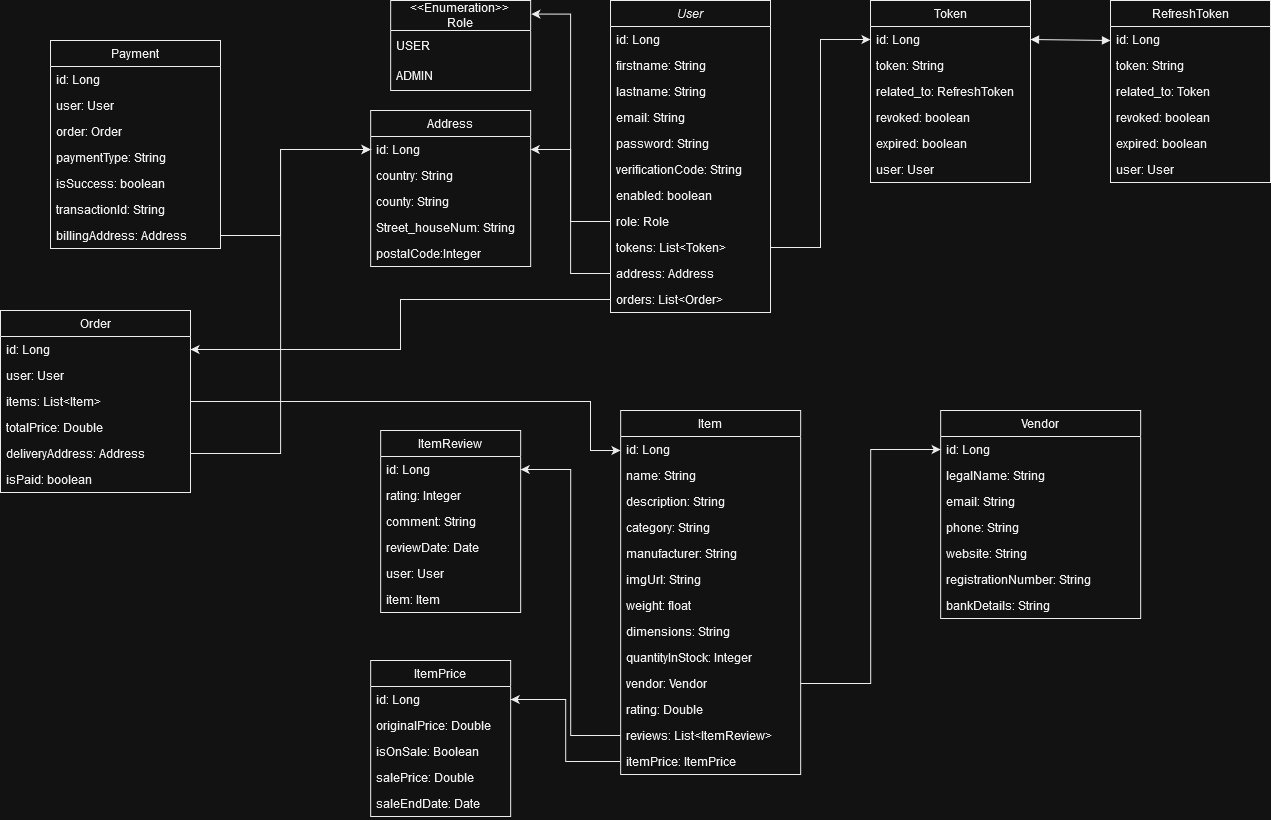
The draw.io diagram domain_model.png in realVilmos/Webshop, before a commit. Source tidied: cells renumbered, new cells last; positions are measured from the earlier drawing's top-left corner, leaving out a move shared by most shapes.
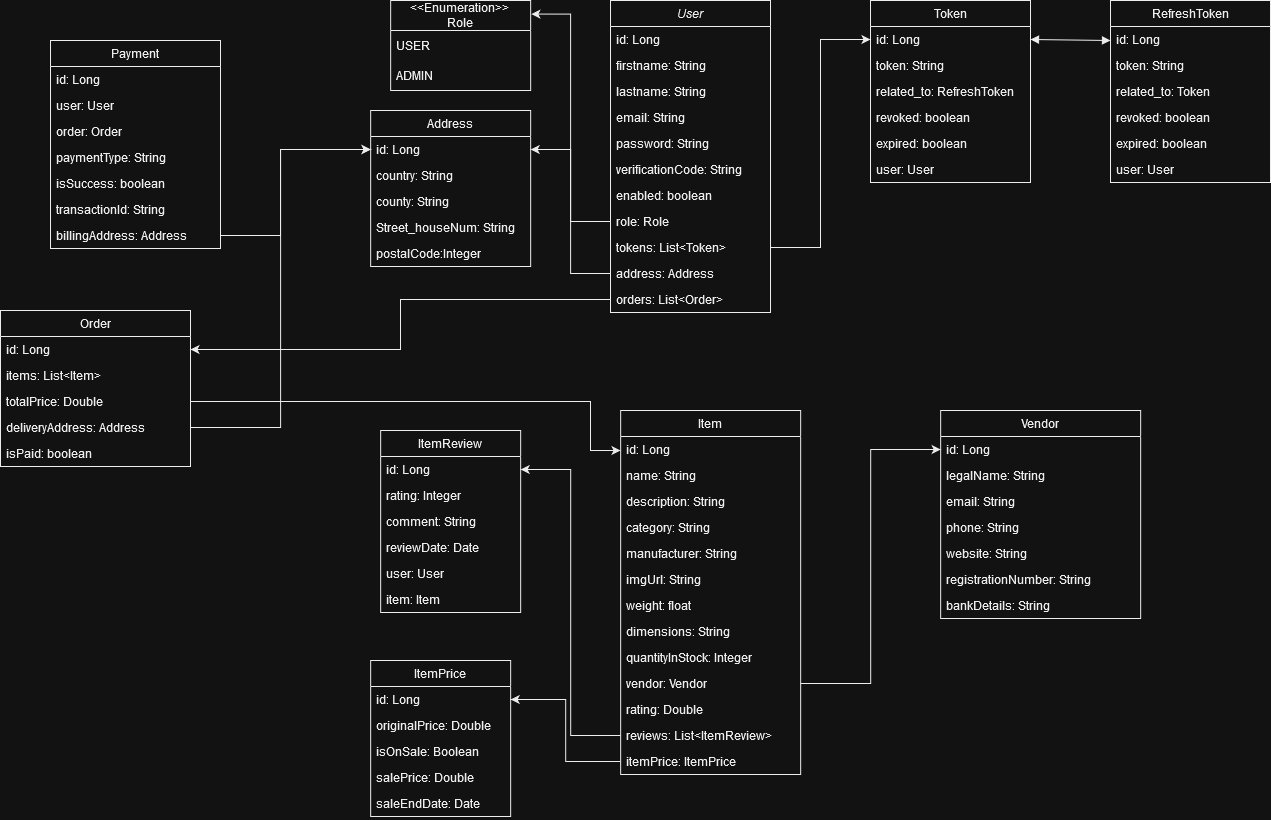
Above is the later version.

What changed in the source:
```diff
@@ -236,25 +236,22 @@
       <mxGeometry relative="1" as="geometry" />
     </mxCell>
     <mxCell id="79" value="Order" style="swimlane;fontStyle=0;horizontal=1;startSize=26;fillColor=none;whiteSpace=wrap;html=1;" parent="1" vertex="1">
-      <mxGeometry y="310" width="190" height="182" as="geometry" />
+      <mxGeometry y="310" width="190" height="156" as="geometry" />
     </mxCell>
     <mxCell id="80" value="id: Long" style="text;strokeColor=none;fillColor=none;align=left;verticalAlign=top;spacingLeft=4;spacingRight=4;overflow=hidden;points=[[0,0.5],[1,0.5]];portConstraint=eastwest;whiteSpace=wrap;html=1;" parent="79" vertex="1">
       <mxGeometry y="26" width="190" height="26" as="geometry" />
     </mxCell>
-    <mxCell id="81" value="user: User" style="text;strokeColor=none;fillColor=none;align=left;verticalAlign=top;spacingLeft=4;spacingRight=4;overflow=hidden;whiteSpace=wrap;html=1;" parent="79" vertex="1">
-      <mxGeometry y="52" width="190" height="26" as="geometry" />
-    </mxCell>
     <mxCell id="82" value="items: List&amp;lt;Item&amp;gt;" style="text;strokeColor=none;fillColor=none;align=left;verticalAlign=top;spacingLeft=4;spacingRight=4;overflow=hidden;points=[[0,0.5],[1,0.5]];portConstraint=eastwest;whiteSpace=wrap;html=1;" parent="79" vertex="1">
-      <mxGeometry y="78" width="190" height="26" as="geometry" />
+      <mxGeometry y="52" width="190" height="26" as="geometry" />
     </mxCell>
     <mxCell id="83" value="totalPrice: Double" style="text;strokeColor=none;fillColor=none;align=left;verticalAlign=top;spacingLeft=4;spacingRight=4;overflow=hidden;whiteSpace=wrap;html=1;" parent="79" vertex="1">
-      <mxGeometry y="104" width="190" height="26" as="geometry" />
+      <mxGeometry y="78" width="190" height="26" as="geometry" />
     </mxCell>
     <mxCell id="84" value="deliveryAddress: Address" style="text;strokeColor=none;fillColor=none;align=left;verticalAlign=top;spacingLeft=4;spacingRight=4;overflow=hidden;points=[[0,0.5],[1,0.5]];portConstraint=eastwest;whiteSpace=wrap;html=1;" parent="79" vertex="1">
-      <mxGeometry y="130" width="190" height="26" as="geometry" />
+      <mxGeometry y="104" width="190" height="26" as="geometry" />
     </mxCell>
     <mxCell id="85" value="isPaid: boolean" style="text;strokeColor=none;fillColor=none;align=left;verticalAlign=top;spacingLeft=4;spacingRight=4;overflow=hidden;whiteSpace=wrap;html=1;" parent="79" vertex="1">
-      <mxGeometry y="156" width="190" height="26" as="geometry" />
+      <mxGeometry y="130" width="190" height="26" as="geometry" />
     </mxCell>
     <mxCell id="86" value="Payment" style="swimlane;fontStyle=0;horizontal=1;startSize=26;fillColor=none;whiteSpace=wrap;html=1;" parent="1" vertex="1">
       <mxGeometry x="50" y="40" width="170" height="208" as="geometry" />
```
